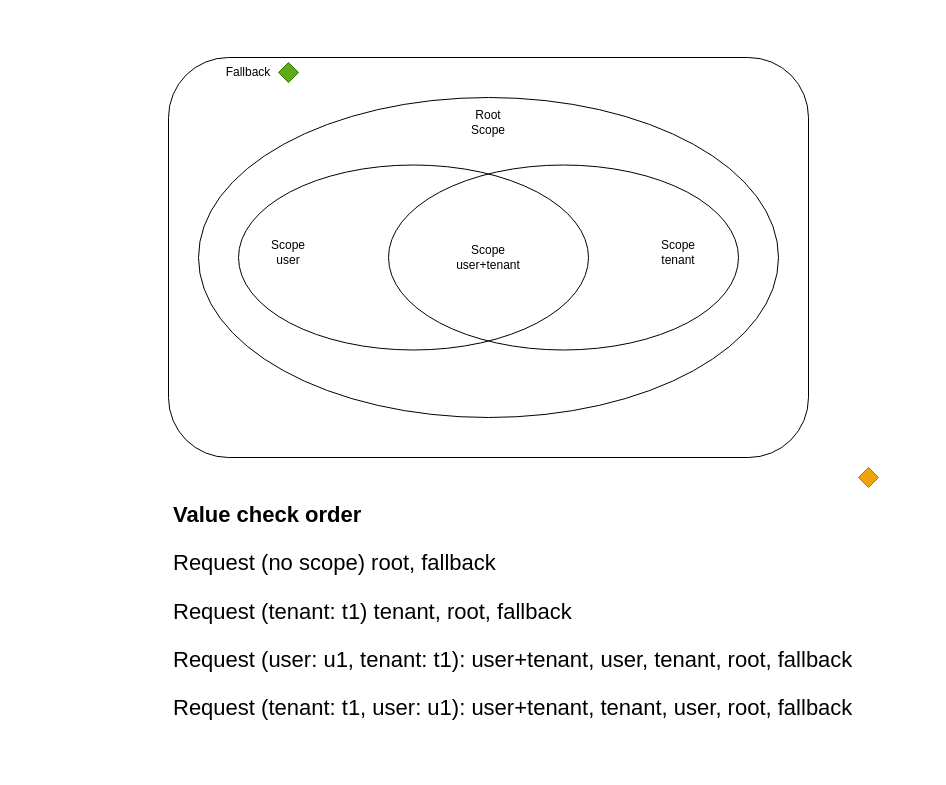
Above: docs/assets/architecture-scopes.drawio in cap-js-community/feature-toggle-library (draw.io), before the change. Source tidied: cells renumbered, new cells numbered last; positions are measured from the earlier drawing's top-left corner, leaving out a move shared by most shapes. Both pictures are drawn from the tidied source at 100%, with x=0, y=0 at pixel (168, 57).
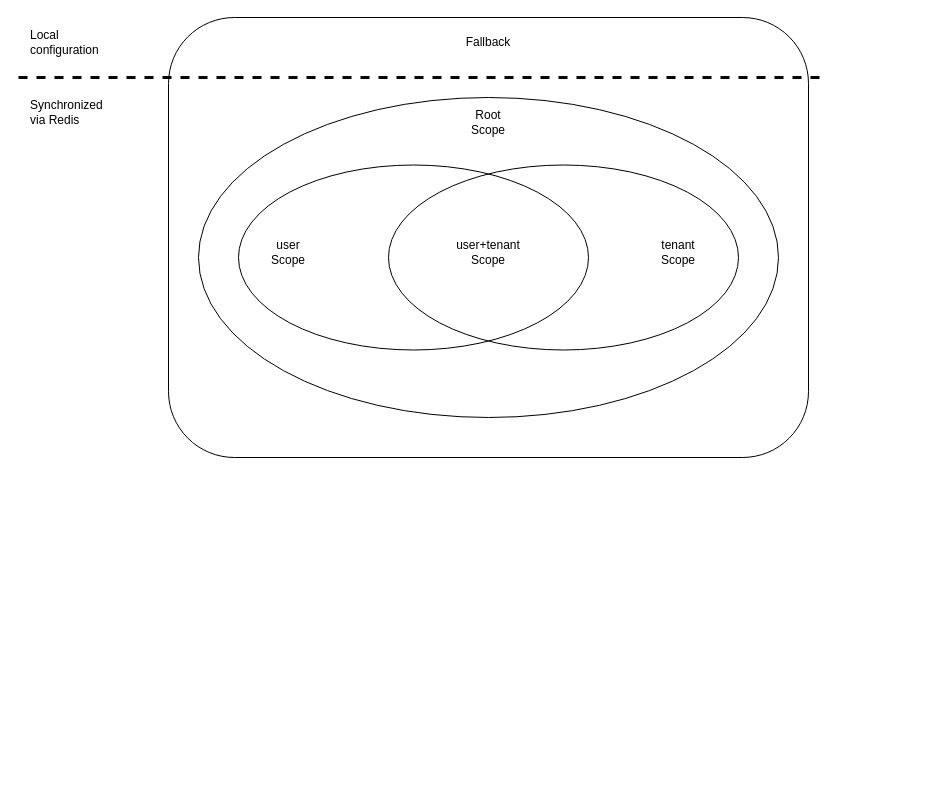
Above is the later version.

Diff of the diagram source:
```diff
@@
 <mxGraphModel>
   <root>
     <mxCell id="0" />
     <mxCell id="1" parent="0" />
     <mxCell id="2" style="rounded=1;whiteSpace=wrap;html=1;fillColor=default;" parent="1" vertex="1">
-      <mxGeometry width="640" height="400" as="geometry" />
+      <mxGeometry y="-40" width="640" height="440" as="geometry" />
     </mxCell>
     <mxCell id="3" style="ellipse;whiteSpace=wrap;html=1;" parent="1" vertex="1">
       <mxGeometry x="30" y="40" width="580" height="320" as="geometry" />
     </mxCell>
     <mxCell id="4" style="ellipse;whiteSpace=wrap;html=1;fillColor=none;" parent="1" vertex="1">
       <mxGeometry x="70" y="107.5" width="350" height="185" as="geometry" />
     </mxCell>
     <mxCell id="5" style="ellipse;whiteSpace=wrap;html=1;fillColor=none;" parent="1" vertex="1">
       <mxGeometry x="220" y="107.5" width="350" height="185" as="geometry" />
     </mxCell>
     <mxCell id="6" value="Root Scope" style="text;html=1;strokeColor=none;fillColor=none;align=center;verticalAlign=middle;whiteSpace=wrap;rounded=0;" parent="1" vertex="1">
       <mxGeometry x="290" y="50" width="60" height="30" as="geometry" />
     </mxCell>
-    <mxCell id="7" value="Scope user" style="text;html=1;strokeColor=none;fillColor=none;align=center;verticalAlign=middle;whiteSpace=wrap;rounded=0;" parent="1" vertex="1">
+    <mxCell id="7" value="user&lt;br&gt;Scope" style="text;html=1;strokeColor=none;fillColor=none;align=center;verticalAlign=middle;whiteSpace=wrap;rounded=0;" parent="1" vertex="1">
       <mxGeometry x="90" y="180" width="60" height="30" as="geometry" />
     </mxCell>
     <mxCell id="8" value="Fallback" style="text;html=1;strokeColor=none;fillColor=none;align=center;verticalAlign=middle;whiteSpace=wrap;rounded=0;" parent="1" vertex="1">
-      <mxGeometry x="50" width="60" height="30" as="geometry" />
+      <mxGeometry x="290" y="-30" width="60" height="30" as="geometry" />
     </mxCell>
-    <mxCell id="9" value="Scope tenant" style="text;html=1;strokeColor=none;fillColor=none;align=center;verticalAlign=middle;whiteSpace=wrap;rounded=0;" parent="1" vertex="1">
+    <mxCell id="9" value="tenant&lt;br&gt;Scope" style="text;html=1;strokeColor=none;fillColor=none;align=center;verticalAlign=middle;whiteSpace=wrap;rounded=0;" parent="1" vertex="1">
       <mxGeometry x="480" y="180" width="60" height="30" as="geometry" />
     </mxCell>
-    <mxCell id="10" value="Scope user+tenant" style="text;html=1;strokeColor=none;fillColor=none;align=center;verticalAlign=middle;whiteSpace=wrap;rounded=0;" parent="1" vertex="1">
-      <mxGeometry x="290" y="185" width="60" height="30" as="geometry" />
+    <mxCell id="10" value="user+tenant&lt;br&gt;Scope" style="text;html=1;strokeColor=none;fillColor=none;align=center;verticalAlign=middle;whiteSpace=wrap;rounded=0;" parent="1" vertex="1">
+      <mxGeometry x="290" y="180" width="60" height="30" as="geometry" />
     </mxCell>
-    <mxCell id="11" style="rhombus;whiteSpace=wrap;html=1;fillColor=#60a917;strokeColor=#2D7600;fontColor=#ffffff;" parent="1" vertex="1">
-      <mxGeometry x="110" y="5" width="20" height="20" as="geometry" />
-    </mxCell>
-    <mxCell id="12" style="rhombus;whiteSpace=wrap;html=1;fillColor=#f0a30a;strokeColor=#BD7000;fontColor=#000000;" parent="1" vertex="1">
-      <mxGeometry x="690" y="410" width="20" height="20" as="geometry" />
-    </mxCell>
-    <mxCell id="13" value="&lt;h1 style=&quot;font-size: 22px;&quot;&gt;&lt;font style=&quot;font-size: 22px;&quot;&gt;Value check order&lt;/font&gt;&lt;/h1&gt;&lt;p style=&quot;font-size: 22px;&quot;&gt;&lt;font style=&quot;font-size: 22px;&quot;&gt;Request (no scope) root, fallback&lt;/font&gt;&lt;/p&gt;&lt;p style=&quot;font-size: 22px;&quot;&gt;&lt;font style=&quot;font-size: 22px;&quot;&gt;Request (tenant: t1) tenant, root, fallback&lt;/font&gt;&lt;/p&gt;&lt;p style=&quot;font-size: 22px;&quot;&gt;&lt;font style=&quot;font-size: 22px;&quot;&gt;Request (user: u1, tenant: t1): user+tenant, user, tenant, root, fallback&lt;/font&gt;&lt;/p&gt;&lt;p style=&quot;border-color: var(--border-color); font-size: 22px;&quot;&gt;&lt;font style=&quot;font-size: 22px;&quot;&gt;Request (tenant: t1, user: u1): user+tenant, tenant, user, root, fallback&lt;/font&gt;&lt;/p&gt;" style="text;html=1;strokeColor=none;fillColor=none;spacing=5;spacingTop=-20;whiteSpace=wrap;overflow=hidden;rounded=0;" parent="1" vertex="1">
-      <mxGeometry y="440" width="760" height="270" as="geometry" />
-    </mxCell>
+    <mxCell id="14" value="Local configuration" style="text;html=1;strokeColor=none;fillColor=none;align=left;verticalAlign=middle;whiteSpace=wrap;rounded=0;" parent="1" vertex="1">
+      <mxGeometry x="-140" y="-30" width="60" height="30" as="geometry" />
+    </mxCell>
+    <mxCell id="15" value="Synchronized via Redis" style="text;html=1;strokeColor=none;fillColor=none;align=left;verticalAlign=middle;whiteSpace=wrap;rounded=0;" parent="1" vertex="1">
+      <mxGeometry x="-140" y="40" width="60" height="30" as="geometry" />
+    </mxCell>
+    <mxCell id="16" style="endArrow=none;dashed=1;html=1;rounded=0;strokeWidth=3;" parent="1" edge="1">
+      <mxGeometry relative="1" as="geometry">
+        <mxPoint x="-150" y="20" as="sourcePoint" />
+        <mxPoint x="660" y="20" as="targetPoint" />
+      </mxGeometry>
+    </mxCell>
   </root>
 </mxGraphModel>
```
